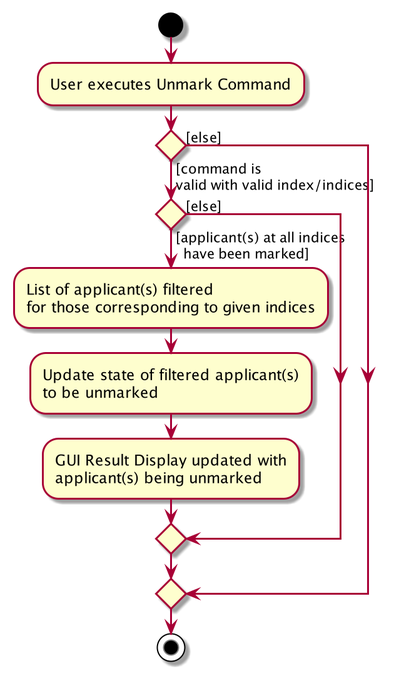
Above: docs/images/UnmarkCommandActivityDiagram.png in nus-cs2103-AY2122S1/tp (PlantUML), before the change.
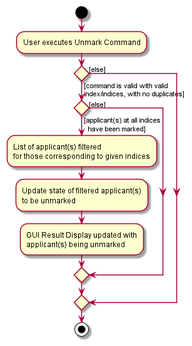
After the change.

Commit message:
Edit Unmark implementation section

Diff of the diagram source:
```diff
@@ -3,8 +3,8 @@
 :User executes Unmark Command;
 
 
-if () then ([command is
-valid with valid index/indices])
+if () then ([command is valid with valid
+index/indices, with no duplicates])
 
     if () then ([applicant(s) at all indices
   have been marked])
```
